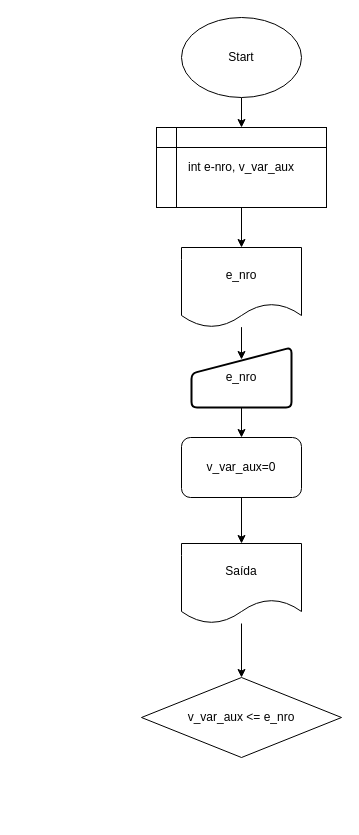
Above: Exercicios/Lista-ex5.drawio in glmbit/fatecsa-eletr.auto-ltp-jooj (draw.io), before the change. Source tidied: cells renumbered, new cells numbered last; positions are measured from the earlier drawing's top-left corner, leaving out a move shared by most shapes. Both pictures are drawn from the tidied source at 100%, with x=0, y=0 at pixel (141, 17).
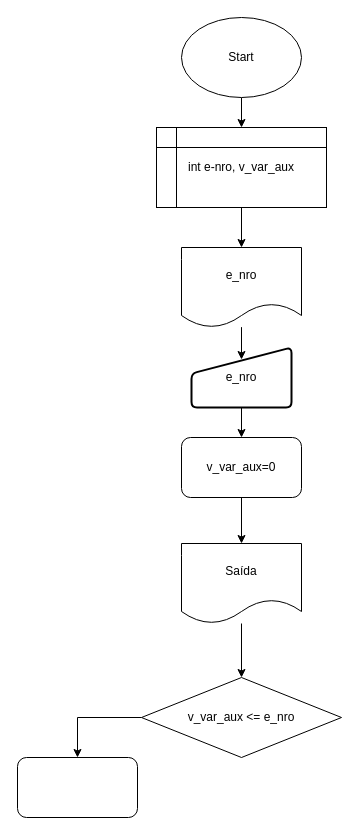
Above is the later version.

The edit, as a diff of the source:
```diff
@@
 <mxGraphModel>
   <root>
     <mxCell id="0" />
     <mxCell id="1" parent="0" />
     <mxCell id="2" style="edgeStyle=orthogonalEdgeStyle;rounded=0;jettySize=auto;html=1;" parent="1" edge="1" source="3" target="5">
       <mxGeometry relative="1" as="geometry" />
     </mxCell>
     <mxCell id="3" value="Start" style="ellipse;whiteSpace=wrap;html=1;" parent="1" vertex="1">
       <mxGeometry x="40" width="120" height="80" as="geometry" />
     </mxCell>
     <mxCell id="4" style="edgeStyle=orthogonalEdgeStyle;rounded=0;jettySize=auto;html=1;exitX=0.5;exitY=1;exitDx=0;exitDy=0;entryX=0.5;entryY=0;entryDx=0;entryDy=0;" parent="1" edge="1" source="5" target="7">
       <mxGeometry relative="1" as="geometry" />
     </mxCell>
     <mxCell id="5" value="int e-nro, v_var_aux" style="shape=internalStorage;whiteSpace=wrap;html=1;backgroundOutline=1;" parent="1" vertex="1">
       <mxGeometry x="15" y="110" width="170" height="80" as="geometry" />
     </mxCell>
     <mxCell id="6" style="edgeStyle=orthogonalEdgeStyle;rounded=0;jettySize=auto;html=1;entryX=0.5;entryY=0.2;entryDx=0;entryDy=0;entryPerimeter=0;" parent="1" edge="1" source="7" target="9">
       <mxGeometry relative="1" as="geometry" />
     </mxCell>
     <mxCell id="7" value="e_nro" style="shape=document;whiteSpace=wrap;html=1;boundedLbl=1;" parent="1" vertex="1">
       <mxGeometry x="40" y="230" width="120" height="80" as="geometry" />
     </mxCell>
     <mxCell id="8" style="edgeStyle=orthogonalEdgeStyle;rounded=0;jettySize=auto;html=1;exitX=0.5;exitY=1;exitDx=0;exitDy=0;" parent="1" edge="1" source="9" target="11">
       <mxGeometry relative="1" as="geometry" />
     </mxCell>
     <mxCell id="9" value="e_nro" style="html=1;strokeWidth=2;shape=manualInput;whiteSpace=wrap;rounded=1;size=26;arcSize=11;" parent="1" vertex="1">
       <mxGeometry x="50" y="330" width="100" height="60" as="geometry" />
     </mxCell>
     <mxCell id="10" style="edgeStyle=orthogonalEdgeStyle;rounded=0;jettySize=auto;html=1;exitX=0.5;exitY=1;exitDx=0;exitDy=0;entryX=0.5;entryY=0;entryDx=0;entryDy=0;" parent="1" edge="1" source="11" target="13">
       <mxGeometry relative="1" as="geometry" />
     </mxCell>
     <mxCell id="11" value="v_var_aux=0" style="rounded=1;whiteSpace=wrap;html=1;" parent="1" vertex="1">
       <mxGeometry x="40" y="420" width="120" height="60" as="geometry" />
     </mxCell>
     <mxCell id="12" style="edgeStyle=orthogonalEdgeStyle;rounded=0;jettySize=auto;html=1;entryX=0.5;entryY=0;entryDx=0;entryDy=0;" parent="1" edge="1" source="13" target="14">
       <mxGeometry relative="1" as="geometry" />
     </mxCell>
     <mxCell id="13" value="Saída" style="shape=document;whiteSpace=wrap;html=1;boundedLbl=1;" parent="1" vertex="1">
       <mxGeometry x="40" y="526" width="120" height="80" as="geometry" />
     </mxCell>
+    <mxCell id="15" style="edgeStyle=orthogonalEdgeStyle;rounded=0;jettySize=auto;html=1;exitX=0;exitY=0.5;exitDx=0;exitDy=0;entryX=0.5;entryY=0;entryDx=0;entryDy=0;" parent="1" edge="1" source="14" target="16">
+      <mxGeometry relative="1" as="geometry" />
+    </mxCell>
     <mxCell id="14" value="v_var_aux &amp;lt;= e_nro" style="rhombus;whiteSpace=wrap;html=1;" parent="1" vertex="1">
       <mxGeometry y="660" width="200" height="80" as="geometry" />
     </mxCell>
+    <mxCell id="16" style="rounded=1;whiteSpace=wrap;html=1;" parent="1" vertex="1">
+      <mxGeometry x="-124" y="740" width="120" height="60" as="geometry" />
+    </mxCell>
   </root>
 </mxGraphModel>
```
